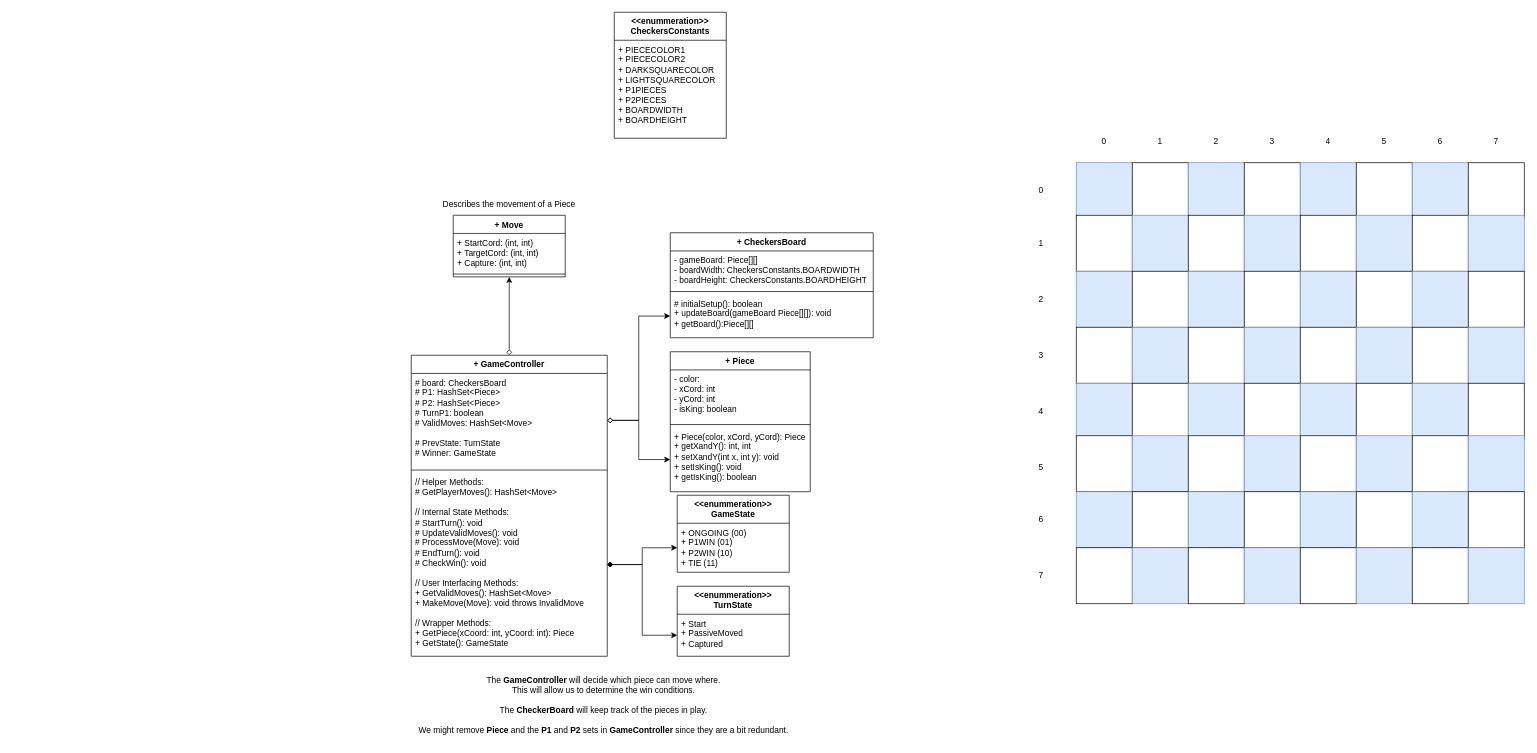
The draw.io diagram page "ClassDiagram" (1 of 2) of checkers_class_diagram.drawio in illiteratewaffle/RetroArcade, before the edit. Source tidied: cells renumbered, new cells numbered last; positions are measured from the earlier drawing's top-left corner, leaving out a move shared by most shapes. Both pictures are drawn from the tidied source at 70%, with x=0, y=0 at pixel (404, 12).
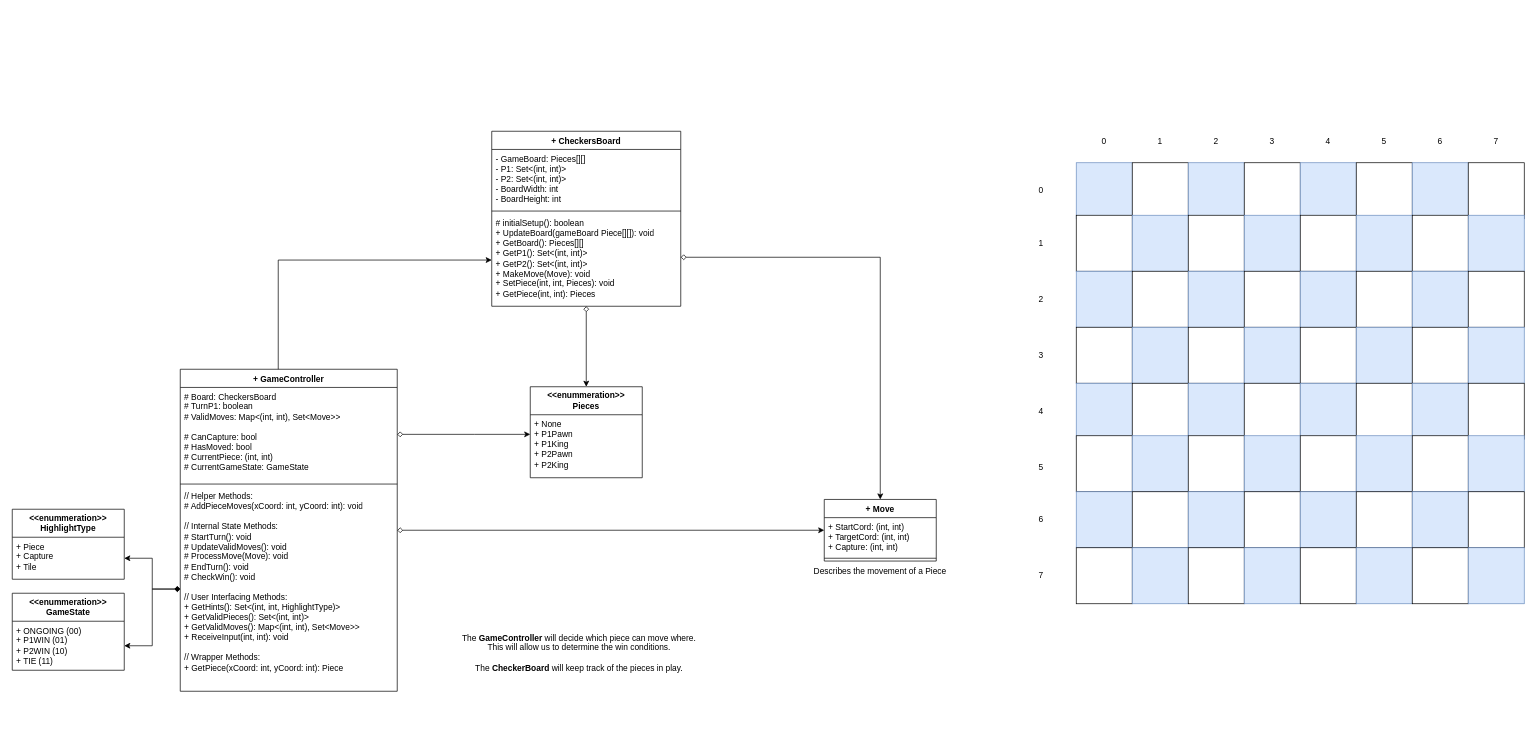
The same page after the edit.

Commit message (it also covers changes not shown here):
Changed the Checkers Class Diagram, replacing the Piece class with an enum, and moving its functionalities into the GameController class.

What changed in the source:
```diff
@@
     <mxCell id="3" value="+ GameController&lt;div&gt;&lt;br&gt;&lt;/div&gt;" style="swimlane;fontStyle=1;align=center;verticalAlign=top;horizontal=1;startSize=26;whiteSpace=wrap;html=1;" parent="1" vertex="1">
-      <mxGeometry x="10" y="490" width="280" height="430" as="geometry" />
+      <mxGeometry x="-320" y="510" width="310" height="460" as="geometry" />
     </mxCell>
-    <mxCell id="4" value="&lt;div&gt;&lt;span style=&quot;background-color: transparent; color: light-dark(rgb(0, 0, 0), rgb(255, 255, 255));&quot;&gt;# board: CheckersBoard&lt;/span&gt;&lt;/div&gt;&lt;div&gt;# P1: HashSet&amp;lt;Piece&amp;gt;&lt;/div&gt;&lt;div&gt;# P2: HashSet&amp;lt;Piece&amp;gt;&lt;/div&gt;&lt;div&gt;# TurnP1: boolean&lt;/div&gt;&lt;div&gt;# ValidMoves: HashSet&amp;lt;Move&amp;gt;&lt;/div&gt;&lt;div&gt;&lt;br&gt;&lt;/div&gt;&lt;div&gt;# PrevState: TurnState&lt;/div&gt;&lt;div&gt;# Winner: GameState&lt;/div&gt;" style="text;strokeColor=none;fillColor=none;align=left;verticalAlign=top;spacingLeft=4;spacingRight=4;overflow=hidden;points=[[0,0.5],[1,0.5]];portConstraint=eastwest;whiteSpace=wrap;html=1;" parent="3" vertex="1">
-      <mxGeometry y="26" width="280" height="134" as="geometry" />
+    <mxCell id="4" value="&lt;div&gt;&lt;span style=&quot;background-color: transparent; color: light-dark(rgb(0, 0, 0), rgb(255, 255, 255));&quot;&gt;# Board: CheckersBoard&lt;/span&gt;&lt;/div&gt;&lt;div&gt;# TurnP1: boolean&lt;/div&gt;&lt;div&gt;# ValidMoves: Map&amp;lt;(int, int), Set&amp;lt;Move&amp;gt;&amp;gt;&lt;/div&gt;&lt;div&gt;&lt;br&gt;&lt;/div&gt;&lt;div&gt;# CanCapture: bool&lt;/div&gt;&lt;div&gt;# HasMoved: bool&lt;/div&gt;&lt;div&gt;# CurrentPiece: (int, int)&lt;/div&gt;&lt;div&gt;# CurrentGameState: GameState&lt;/div&gt;" style="text;strokeColor=none;fillColor=none;align=left;verticalAlign=top;spacingLeft=4;spacingRight=4;overflow=hidden;points=[[0,0.5],[1,0.5]];portConstraint=eastwest;whiteSpace=wrap;html=1;" parent="3" vertex="1">
+      <mxGeometry y="26" width="310" height="134" as="geometry" />
     </mxCell>
     <mxCell id="5" style="line;strokeWidth=1;fillColor=none;align=left;verticalAlign=middle;spacingTop=-1;spacingLeft=3;spacingRight=3;labelPosition=right;strokeColor=inherit;" parent="3" vertex="1">
-      <mxGeometry y="160" width="280" height="8" as="geometry" />
+      <mxGeometry y="160" width="310" height="8" as="geometry" />
     </mxCell>
-    <mxCell id="6" value="&lt;div&gt;// Helper Methods:&lt;/div&gt;&lt;div&gt;# GetPlayerMoves(&lt;span style=&quot;background-color: transparent; color: light-dark(rgb(0, 0, 0), rgb(255, 255, 255));&quot;&gt;): HashSet&amp;lt;Move&amp;gt;&lt;/span&gt;&lt;/div&gt;&lt;div&gt;&lt;br&gt;&lt;/div&gt;&lt;div&gt;// Internal State Methods:&lt;/div&gt;&lt;div&gt;# StartTurn(): void&lt;/div&gt;&lt;div&gt;# UpdateValidMoves(): void&lt;/div&gt;&lt;div&gt;# ProcessMove(Move): void&lt;/div&gt;&lt;div&gt;# EndTurn(): void&lt;/div&gt;&lt;div&gt;# CheckWin(): void&lt;/div&gt;&lt;div&gt;&lt;br&gt;&lt;/div&gt;&lt;div&gt;// User Interfacing Methods:&lt;/div&gt;+ GetValidMoves(): HashSet&amp;lt;Move&amp;gt;&lt;br&gt;&lt;div&gt;+ MakeMove(Move): void throws InvalidMove&lt;/div&gt;&lt;div&gt;&lt;br&gt;&lt;/div&gt;&lt;div&gt;// Wrapper Methods:&lt;/div&gt;&lt;div&gt;+ GetPiece(xCoord: int, yCoord: int): Piece&lt;/div&gt;&lt;div&gt;+ GetState(): GameState&lt;/div&gt;" style="text;strokeColor=none;fillColor=none;align=left;verticalAlign=top;spacingLeft=4;spacingRight=4;overflow=hidden;points=[[0,0.5],[1,0.5]];portConstraint=eastwest;whiteSpace=wrap;html=1;" parent="3" vertex="1">
-      <mxGeometry y="168" width="280" height="262" as="geometry" />
+    <mxCell id="6" value="&lt;div&gt;// Helper Methods:&lt;/div&gt;&lt;div&gt;# AddPieceMoves(xCoord: int, yCoord: int): void&lt;/div&gt;&lt;div&gt;&lt;br&gt;&lt;/div&gt;&lt;div&gt;// Internal State Methods:&lt;/div&gt;&lt;div&gt;# StartTurn(): void&lt;/div&gt;&lt;div&gt;# UpdateValidMoves(): void&lt;/div&gt;&lt;div&gt;# ProcessMove(Move): void&lt;/div&gt;&lt;div&gt;# EndTurn(): void&lt;/div&gt;&lt;div&gt;# CheckWin(): void&lt;/div&gt;&lt;div&gt;&lt;br&gt;&lt;/div&gt;&lt;div&gt;// User Interfacing Methods:&lt;/div&gt;&lt;div&gt;+ GetHints(): Set&amp;lt;(int, int, HighlightType)&amp;gt;&lt;/div&gt;&lt;div&gt;+ GetValidPieces(): Set&amp;lt;(int, int)&amp;gt;&lt;/div&gt;+ GetValidMoves(): Map&amp;lt;(int, int), Set&amp;lt;Move&amp;gt;&amp;gt;&lt;div&gt;+ ReceiveInput(int, int): void&lt;/div&gt;&lt;div&gt;&lt;br&gt;&lt;/div&gt;&lt;div&gt;// Wrapper Methods:&lt;/div&gt;&lt;div&gt;+ GetPiece(xCoord: int, yCoord: int): Piece&lt;/div&gt;" style="text;strokeColor=none;fillColor=none;align=left;verticalAlign=top;spacingLeft=4;spacingRight=4;overflow=hidden;points=[[0,0.5],[1,0.5]];portConstraint=eastwest;whiteSpace=wrap;html=1;" parent="3" vertex="1">
+      <mxGeometry y="168" width="310" height="292" as="geometry" />
     </mxCell>
-    <mxCell id="7" value="&lt;div&gt;+ CheckersBoard&lt;/div&gt;&lt;div&gt;&lt;br&gt;&lt;/div&gt;" style="swimlane;fontStyle=1;align=center;verticalAlign=top;horizontal=1;startSize=26;whiteSpace=wrap;html=1;" parent="1" vertex="1">
-      <mxGeometry x="380" y="315" width="290" height="150" as="geometry" />
-    </mxCell>
-    <mxCell id="8" value="- gameBoard: Piece[][]&lt;div&gt;- boardWidth: CheckersConstants.BOARDWIDTH&lt;/div&gt;&lt;div&gt;- boardHeight: CheckersConstants.BOARDHEIGHT&lt;/div&gt;" style="text;strokeColor=none;fillColor=none;align=left;verticalAlign=top;spacingLeft=4;spacingRight=4;overflow=hidden;whiteSpace=wrap;html=1;" parent="7" vertex="1">
-      <mxGeometry y="26" width="290" height="54" as="geometry" />
-    </mxCell>
-    <mxCell id="9" style="line;strokeWidth=1;fillColor=none;align=left;verticalAlign=middle;spacingTop=-1;spacingLeft=3;spacingRight=3;labelPosition=right;strokeColor=inherit;" parent="7" vertex="1">
-      <mxGeometry y="80" width="290" height="8" as="geometry" />
-    </mxCell>
-    <mxCell id="10" value="# initialSetup(): boolean&lt;div&gt;+ update&lt;span style=&quot;background-color: transparent; color: light-dark(rgb(0, 0, 0), rgb(255, 255, 255));&quot;&gt;Board(gameBoard Piece[][]): void&lt;/span&gt;&lt;/div&gt;&lt;div&gt;&lt;span style=&quot;background-color: transparent; color: light-dark(rgb(0, 0, 0), rgb(255, 255, 255));&quot;&gt;+ getBoard():Piece[][]&lt;/span&gt;&lt;/div&gt;" style="text;strokeColor=none;fillColor=none;align=left;verticalAlign=top;spacingLeft=4;spacingRight=4;overflow=hidden;points=[[0,0.5],[1,0.5]];portConstraint=eastwest;whiteSpace=wrap;html=1;" parent="7" vertex="1">
-      <mxGeometry y="88" width="290" height="62" as="geometry" />
-    </mxCell>
-    <mxCell id="11" value="&lt;div&gt;+ Piece&lt;/div&gt;" style="swimlane;fontStyle=1;align=center;verticalAlign=top;horizontal=1;startSize=26;whiteSpace=wrap;html=1;" parent="1" vertex="1">
-      <mxGeometry x="380" y="485" width="200" height="200" as="geometry" />
-    </mxCell>
-    <mxCell id="12" value="- color:&lt;div&gt;- xCord: int&lt;/div&gt;&lt;div&gt;- yCord: int&lt;/div&gt;&lt;div&gt;- isKing: boolean&lt;/div&gt;" style="text;strokeColor=none;fillColor=none;align=left;verticalAlign=top;spacingLeft=4;spacingRight=4;overflow=hidden;whiteSpace=wrap;html=1;" parent="11" vertex="1">
-      <mxGeometry y="26" width="200" height="74" as="geometry" />
-    </mxCell>
-    <mxCell id="13" style="line;strokeWidth=1;fillColor=none;align=left;verticalAlign=middle;spacingTop=-1;spacingLeft=3;spacingRight=3;labelPosition=right;strokeColor=inherit;" parent="11" vertex="1">
-      <mxGeometry y="100" width="200" height="8" as="geometry" />
-    </mxCell>
-    <mxCell id="14" value="+ Piece(color, xCord, yCord): Piece&lt;div&gt;+ getXandY(): int, int&lt;/div&gt;&lt;div&gt;+ setXandY(int x, int y): void&lt;/div&gt;&lt;div&gt;+ setIsKing(): void&lt;/div&gt;&lt;div&gt;+ getIsKing(): boolean&lt;/div&gt;" style="text;strokeColor=none;fillColor=none;align=left;verticalAlign=top;spacingLeft=4;spacingRight=4;overflow=hidden;points=[[0,0.5],[1,0.5]];portConstraint=eastwest;whiteSpace=wrap;html=1;" parent="11" vertex="1">
-      <mxGeometry y="108" width="200" height="92" as="geometry" />
-    </mxCell>
     <mxCell id="15" value="+ Move" style="swimlane;fontStyle=1;align=center;verticalAlign=top;horizontal=1;startSize=26;whiteSpace=wrap;html=1;" parent="1" vertex="1">
-      <mxGeometry x="70" y="290" width="160" height="88" as="geometry" />
+      <mxGeometry x="600" y="696" width="160" height="88" as="geometry" />
     </mxCell>
@@
     <mxCell id="18" value="Describes the movement of a Piece" style="text;html=1;align=center;verticalAlign=middle;whiteSpace=wrap;rounded=0;" parent="1" vertex="1">
-      <mxGeometry x="50" y="260" width="200" height="30" as="geometry" />
+      <mxGeometry x="580" y="784" width="200" height="30" as="geometry" />
     </mxCell>
-    <mxCell id="19" value="&lt;b&gt;&amp;lt;&amp;lt;enummeration&amp;gt;&amp;gt;&lt;/b&gt;&lt;div&gt;&lt;b&gt;CheckersConstants&lt;/b&gt;&lt;/div&gt;" style="swimlane;fontStyle=0;horizontal=1;startSize=40;fillColor=none;whiteSpace=wrap;html=1;" parent="1" vertex="1">
-      <mxGeometry x="300" width="160" height="180" as="geometry" />
+    <mxCell id="19" value="&lt;b&gt;&amp;lt;&amp;lt;enummeration&amp;gt;&amp;gt;&lt;/b&gt;&lt;div&gt;&lt;b&gt;HighlightType&lt;/b&gt;&lt;/div&gt;" style="swimlane;fontStyle=0;horizontal=1;startSize=40;fillColor=none;whiteSpace=wrap;html=1;" parent="1" vertex="1">
+      <mxGeometry x="-560" y="710" width="160" height="100" as="geometry" />
     </mxCell>
-    <mxCell id="20" value="+ PIECECOLOR1&lt;div&gt;+ PIECECOLOR2&lt;/div&gt;&lt;div&gt;+ DARKSQUARECOLOR&lt;/div&gt;&lt;div&gt;+ LIGHTSQUARECOLOR&lt;/div&gt;&lt;div&gt;+ P1PIECES&lt;/div&gt;&lt;div&gt;+ P2PIECES&lt;/div&gt;&lt;div&gt;+ BOARDWIDTH&lt;/div&gt;&lt;div&gt;+ BOARDHEIGHT&lt;/div&gt;" style="text;strokeColor=none;fillColor=none;align=left;verticalAlign=top;spacingLeft=4;spacingRight=4;overflow=hidden;points=[[0,0.5],[1,0.5]];portConstraint=eastwest;whiteSpace=wrap;html=1;" parent="19" vertex="1">
-      <mxGeometry y="40" width="160" height="140" as="geometry" />
+    <mxCell id="20" value="+ Piece&lt;div&gt;+ Capture&lt;br&gt;&lt;div&gt;+ Tile&lt;/div&gt;&lt;/div&gt;" style="text;strokeColor=none;fillColor=none;align=left;verticalAlign=top;spacingLeft=4;spacingRight=4;overflow=hidden;points=[[0,0.5],[1,0.5]];portConstraint=eastwest;whiteSpace=wrap;html=1;" parent="19" vertex="1">
+      <mxGeometry y="40" width="160" height="60" as="geometry" />
     </mxCell>
@@
     <mxCell id="101" value="&lt;b&gt;&amp;lt;&amp;lt;enummeration&amp;gt;&amp;gt;&lt;/b&gt;&lt;div&gt;&lt;b&gt;GameState&lt;/b&gt;&lt;/div&gt;" style="swimlane;fontStyle=0;horizontal=1;startSize=40;fillColor=none;whiteSpace=wrap;html=1;" parent="1" vertex="1">
-      <mxGeometry x="390" y="690" width="160" height="110" as="geometry" />
+      <mxGeometry x="-560" y="830" width="160" height="110" as="geometry" />
     </mxCell>
@@
-    <mxCell id="103" value="&lt;b&gt;&amp;lt;&amp;lt;enummeration&amp;gt;&amp;gt;&lt;/b&gt;&lt;div&gt;&lt;b&gt;TurnState&lt;/b&gt;&lt;/div&gt;" style="swimlane;fontStyle=0;horizontal=1;startSize=40;fillColor=none;whiteSpace=wrap;html=1;" parent="1" vertex="1">
-      <mxGeometry x="390" y="820" width="160" height="100" as="geometry" />
-    </mxCell>
-    <mxCell id="104" value="+ Start&lt;div&gt;+ PassiveMoved&lt;/div&gt;&lt;div&gt;+ Captured&lt;/div&gt;" style="text;strokeColor=none;fillColor=none;align=left;verticalAlign=top;spacingLeft=4;spacingRight=4;overflow=hidden;points=[[0,0.5],[1,0.5]];portConstraint=eastwest;whiteSpace=wrap;html=1;" parent="103" vertex="1">
-      <mxGeometry y="40" width="160" height="60" as="geometry" />
-    </mxCell>
@@
-    <mxCell id="106" style="edgeStyle=orthogonalEdgeStyle;rounded=0;jettySize=auto;html=1;startArrow=diamond;startFill=1;" parent="1" edge="1" source="6" target="104">
-      <mxGeometry relative="1" as="geometry" />
-    </mxCell>
-    <mxCell id="107" style="edgeStyle=orthogonalEdgeStyle;rounded=0;jettySize=auto;html=1;startArrow=diamond;startFill=0;" parent="1" edge="1" source="4" target="10">
-      <mxGeometry relative="1" as="geometry" />
+    <mxCell id="107" style="edgeStyle=orthogonalEdgeStyle;rounded=0;jettySize=auto;html=1;startArrow=none;startFill=0;" parent="1" edge="1" source="3" target="114">
+      <mxGeometry relative="1" as="geometry">
+        <Array as="points">
+          <mxPoint x="-180" y="354" />
+        </Array>
+      </mxGeometry>
     </mxCell>
-    <mxCell id="108" style="edgeStyle=orthogonalEdgeStyle;rounded=0;jettySize=auto;html=1;startArrow=diamond;startFill=0;" parent="1" edge="1" source="4" target="14">
-      <mxGeometry relative="1" as="geometry" />
+    <mxCell id="108" style="edgeStyle=orthogonalEdgeStyle;rounded=0;jettySize=auto;html=1;startArrow=diamond;startFill=0;" parent="1" edge="1" source="4" target="116">
+      <mxGeometry relative="1" as="geometry">
+        <Array as="points">
+          <mxPoint x="100" y="603" />
+          <mxPoint x="100" y="603" />
+        </Array>
+      </mxGeometry>
     </mxCell>
-    <mxCell id="109" value="The &lt;b&gt;GameController&lt;/b&gt;&amp;nbsp;will decide which piece can move where.&lt;div&gt;This will allow us to determine the win conditions.&lt;/div&gt;&lt;div&gt;&lt;br&gt;&lt;/div&gt;&lt;div&gt;The &lt;b&gt;CheckerBoard&lt;/b&gt;&amp;nbsp;will keep track of the pieces in play.&lt;/div&gt;&lt;div&gt;&lt;br&gt;&lt;/div&gt;&lt;div&gt;We might remove &lt;b&gt;Piece&lt;/b&gt;&amp;nbsp;and the &lt;b&gt;P1&lt;/b&gt;&amp;nbsp;and &lt;b&gt;P2&lt;/b&gt;&amp;nbsp;sets in &lt;b&gt;GameController&amp;nbsp;&lt;/b&gt;since they are a bit redundant.&lt;/div&gt;" style="text;html=1;align=center;verticalAlign=middle;whiteSpace=wrap;rounded=0;" parent="1" vertex="1">
-      <mxGeometry y="940" width="570" height="100" as="geometry" />
-    </mxCell>
+    <mxCell id="110" style="edgeStyle=orthogonalEdgeStyle;rounded=0;jettySize=auto;html=1;startArrow=diamond;startFill=0;" parent="1" edge="1" source="7" target="115">
+      <mxGeometry relative="1" as="geometry" />
+    </mxCell>
+    <mxCell id="111" style="edgeStyle=orthogonalEdgeStyle;rounded=0;jettySize=auto;html=1;startArrow=diamond;startFill=0;" parent="1" edge="1" source="7" target="15">
+      <mxGeometry relative="1" as="geometry">
+        <Array as="points">
+          <mxPoint x="680" y="350" />
+        </Array>
+      </mxGeometry>
+    </mxCell>
+    <mxCell id="7" value="&lt;div&gt;+ CheckersBoard&lt;/div&gt;&lt;div&gt;&lt;br&gt;&lt;/div&gt;" style="swimlane;fontStyle=1;align=center;verticalAlign=top;horizontal=1;startSize=26;whiteSpace=wrap;html=1;" parent="1" vertex="1">
+      <mxGeometry x="125" y="170" width="270" height="250" as="geometry" />
+    </mxCell>
+    <mxCell id="112" value="- GameBoard: Pieces[][]&lt;div&gt;- P1: Set&amp;lt;(int, int)&amp;gt;&lt;/div&gt;&lt;div&gt;- P2: Set&amp;lt;(int, int)&amp;gt;&lt;br&gt;&lt;div&gt;- BoardWidth: int&lt;/div&gt;&lt;div&gt;- BoardHeight: int&lt;/div&gt;&lt;/div&gt;" style="text;strokeColor=none;fillColor=none;align=left;verticalAlign=top;spacingLeft=4;spacingRight=4;overflow=hidden;whiteSpace=wrap;html=1;" parent="7" vertex="1">
+      <mxGeometry y="26" width="270" height="84" as="geometry" />
+    </mxCell>
+    <mxCell id="113" style="line;strokeWidth=1;fillColor=none;align=left;verticalAlign=middle;spacingTop=-1;spacingLeft=3;spacingRight=3;labelPosition=right;strokeColor=inherit;" parent="7" vertex="1">
+      <mxGeometry y="110" width="270" height="8" as="geometry" />
+    </mxCell>
+    <mxCell id="114" value="# initialSetup(): boolean&lt;div&gt;+ Update&lt;span style=&quot;background-color: transparent; color: light-dark(rgb(0, 0, 0), rgb(255, 255, 255));&quot;&gt;Board(gameBoard Piece[][]): void&lt;/span&gt;&lt;/div&gt;&lt;div&gt;&lt;span style=&quot;background-color: transparent; color: light-dark(rgb(0, 0, 0), rgb(255, 255, 255));&quot;&gt;+ GetBoard(): Pieces[][]&lt;/span&gt;&lt;/div&gt;&lt;div&gt;&lt;span style=&quot;background-color: transparent; color: light-dark(rgb(0, 0, 0), rgb(255, 255, 255));&quot;&gt;+ GetP1(): Set&amp;lt;(int, int)&amp;gt;&lt;/span&gt;&lt;/div&gt;&lt;div&gt;&lt;span style=&quot;background-color: transparent; color: light-dark(rgb(0, 0, 0), rgb(255, 255, 255));&quot;&gt;&lt;/span&gt;&lt;/div&gt;+ GetP2(): Set&amp;lt;(int, int)&amp;gt;&lt;div&gt;+ MakeMove(Move): void&lt;/div&gt;&lt;div&gt;+ SetPiece(int, int, Pieces): void&lt;/div&gt;&lt;div&gt;+ GetPiece(int, int): Pieces&lt;/div&gt;" style="text;strokeColor=none;fillColor=none;align=left;verticalAlign=top;spacingLeft=4;spacingRight=4;overflow=hidden;points=[[0,0.5],[1,0.5]];portConstraint=eastwest;whiteSpace=wrap;html=1;" parent="7" vertex="1">
+      <mxGeometry y="118" width="270" height="132" as="geometry" />
+    </mxCell>
+    <mxCell id="115" value="&lt;b&gt;&amp;lt;&amp;lt;enummeration&amp;gt;&amp;gt;&lt;/b&gt;&lt;div&gt;&lt;b&gt;Pieces&lt;/b&gt;&lt;/div&gt;" style="swimlane;fontStyle=0;horizontal=1;startSize=40;fillColor=none;whiteSpace=wrap;html=1;" parent="1" vertex="1">
+      <mxGeometry x="180" y="535" width="160" height="130" as="geometry" />
+    </mxCell>
+    <mxCell id="116" value="&lt;div&gt;+ None&lt;/div&gt;+ P1Pawn&lt;div&gt;+ P1King&lt;/div&gt;&lt;div&gt;+ P2Pawn&lt;/div&gt;&lt;div&gt;+ P2King&lt;/div&gt;&lt;div&gt;&lt;br&gt;&lt;/div&gt;" style="text;strokeColor=none;fillColor=none;align=left;verticalAlign=top;spacingLeft=4;spacingRight=4;overflow=hidden;points=[[0,0.5],[1,0.5]];portConstraint=eastwest;whiteSpace=wrap;html=1;" parent="115" vertex="1">
+      <mxGeometry y="40" width="160" height="90" as="geometry" />
+    </mxCell>
+    <mxCell id="117" value="The &lt;b&gt;GameController&lt;/b&gt;&amp;nbsp;will decide which piece can move where.&lt;div&gt;This will allow us to determine the win conditions.&lt;/div&gt;&lt;div&gt;&lt;br&gt;&lt;/div&gt;&lt;div&gt;The &lt;b&gt;CheckerBoard&lt;/b&gt;&amp;nbsp;will keep track of the pieces in play.&lt;/div&gt;" style="text;html=1;align=center;verticalAlign=middle;whiteSpace=wrap;rounded=0;" parent="1" vertex="1">
+      <mxGeometry x="70" y="880" width="360" height="70" as="geometry" />
+    </mxCell>
+    <mxCell id="118" style="edgeStyle=orthogonalEdgeStyle;rounded=0;jettySize=auto;html=1;exitX=0;exitY=0.5;exitDx=0;exitDy=0;startArrow=diamond;startFill=1;" parent="1" edge="1" source="6" target="20">
+      <mxGeometry relative="1" as="geometry" />
+    </mxCell>
```
